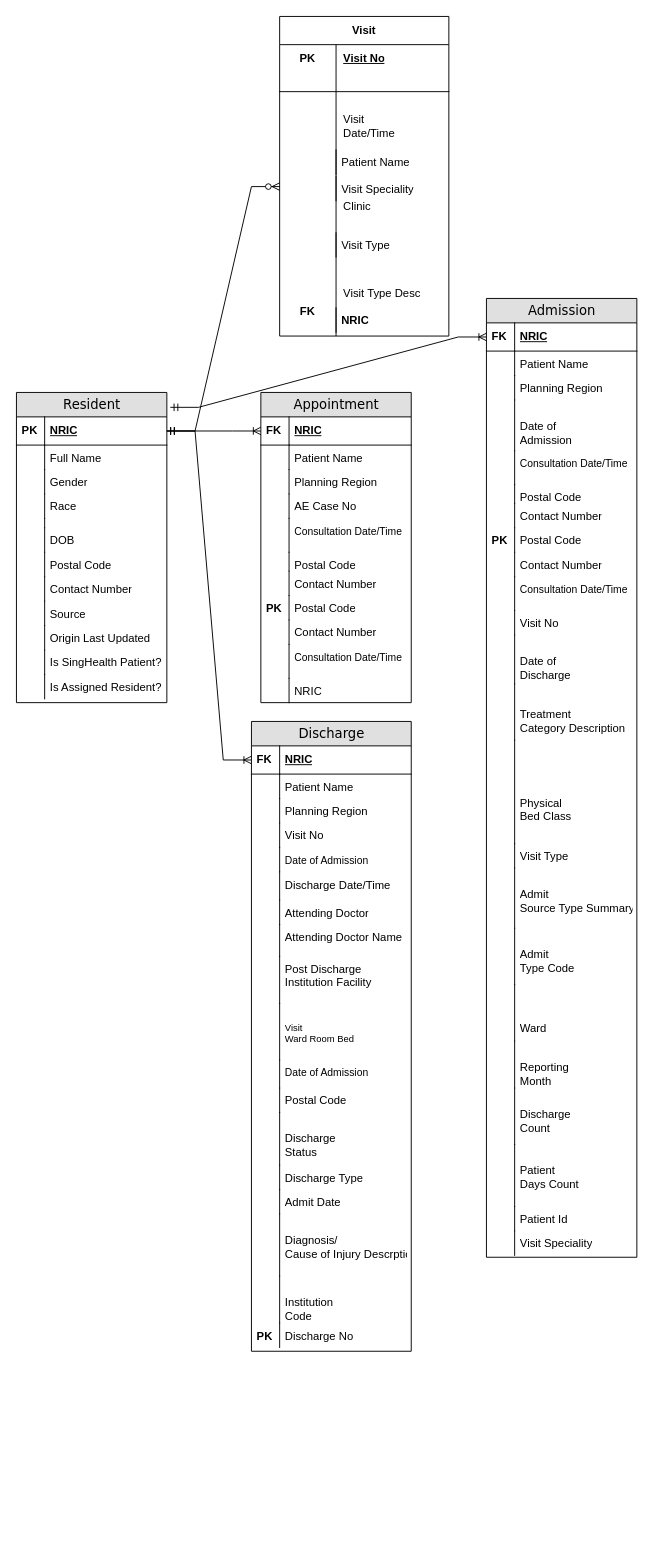
Before: Design/eHints Entity Relationship Test.drawio in pavanmanideep/Tools, a draw.io diagram. Source tidied: cells renumbered, new cells numbered last; positions are measured from the earlier drawing's top-left corner, leaving out a move shared by most shapes. Both pictures are drawn from the tidied source at 94%, with x=0, y=0 at pixel (16, 16).
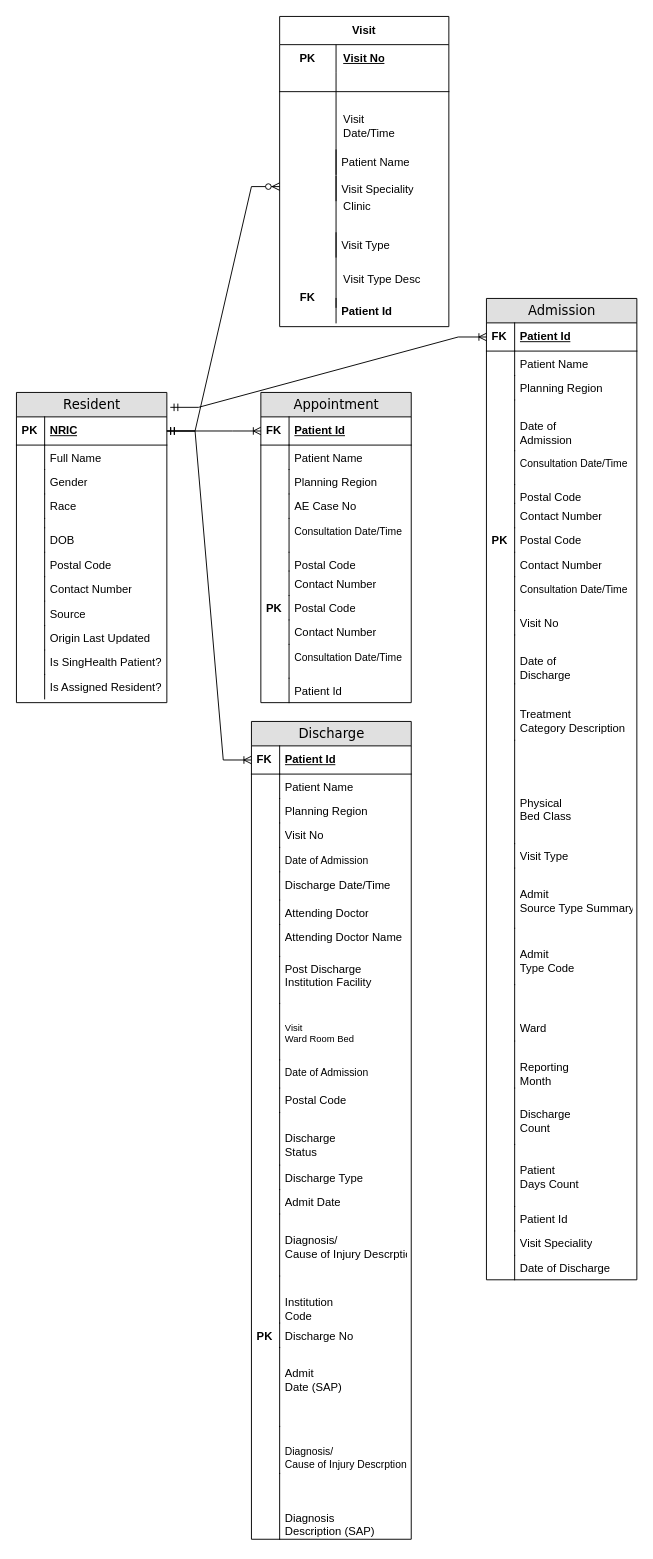
The same page after the edit.

The change refers to these unchanged cells:
```xml
<mxCell id="27" value="Appointment" style="swimlane;html=1;fontStyle=0;horizontal=1;startSize=26;fillColor=#e0e0e0;swimlaneFillColor=#ffffff;align=center;rounded=0;shadow=0;comic=0;labelBackgroundColor=none;strokeWidth=1;fontFamily=Verdana;fontSize=14;" parent="1" vertex="1">
  <mxGeometry x="260" y="400" width="160" height="330" as="geometry" />
</mxCell>
```

The edit, as a diff of the source:
```diff
@@
-    <mxCell id="28" value="NRIC" style="shape=partialRectangle;top=0;left=0;right=0;bottom=1;html=1;align=left;verticalAlign=middle;fillColor=none;spacingLeft=34;spacingRight=4;whiteSpace=wrap;overflow=hidden;points=[[0,0.5],[1,0.5]];portConstraint=eastwest;fontStyle=5;" parent="27" vertex="1">
+    <mxCell id="28" value="Patient Id" style="shape=partialRectangle;top=0;left=0;right=0;bottom=1;html=1;align=left;verticalAlign=middle;fillColor=none;spacingLeft=34;spacingRight=4;whiteSpace=wrap;overflow=hidden;points=[[0,0.5],[1,0.5]];portConstraint=eastwest;fontStyle=5;" parent="27" vertex="1">
       <mxGeometry y="26" width="160" height="30" as="geometry" />
     </mxCell>
@@
-    <mxCell id="48" value="NRIC" style="shape=partialRectangle;top=0;left=0;right=0;bottom=0;html=1;align=left;verticalAlign=top;fillColor=none;spacingLeft=34;spacingRight=4;whiteSpace=wrap;overflow=hidden;" parent="27" vertex="1">
+    <mxCell id="48" value="Patient Id" style="shape=partialRectangle;top=0;left=0;right=0;bottom=0;html=1;align=left;verticalAlign=top;fillColor=none;spacingLeft=34;spacingRight=4;whiteSpace=wrap;overflow=hidden;" parent="27" vertex="1">
       <mxGeometry y="304" width="160" height="26" as="geometry" />
     </mxCell>
@@
     <mxCell id="50" value="Discharge" style="swimlane;html=1;fontStyle=0;horizontal=1;startSize=26;fillColor=#e0e0e0;swimlaneFillColor=#ffffff;align=center;rounded=0;shadow=0;comic=0;labelBackgroundColor=none;strokeWidth=1;fontFamily=Verdana;fontSize=14;" parent="1" vertex="1">
-      <mxGeometry x="250" y="750" width="170" height="670" as="geometry" />
+      <mxGeometry x="250" y="750" width="170" height="870" as="geometry" />
     </mxCell>
-    <mxCell id="51" value="NRIC" style="shape=partialRectangle;top=0;left=0;right=0;bottom=1;html=1;align=left;verticalAlign=middle;fillColor=none;spacingLeft=34;spacingRight=4;whiteSpace=wrap;overflow=hidden;points=[[0,0.5],[1,0.5]];portConstraint=eastwest;fontStyle=5;" parent="50" vertex="1">
+    <mxCell id="51" value="Patient Id" style="shape=partialRectangle;top=0;left=0;right=0;bottom=1;html=1;align=left;verticalAlign=middle;fillColor=none;spacingLeft=34;spacingRight=4;whiteSpace=wrap;overflow=hidden;points=[[0,0.5],[1,0.5]];portConstraint=eastwest;fontStyle=5;" parent="50" vertex="1">
       <mxGeometry y="26" width="170" height="30" as="geometry" />
     </mxCell>
@@
+    <mxCell id="162" value="&lt;table style=&quot;border-collapse:&lt;br/&gt; collapse;width:179pt&quot; width=&quot;238&quot; cellspacing=&quot;0&quot; cellpadding=&quot;0&quot; border=&quot;0&quot;&gt;&lt;tbody&gt;&lt;tr style=&quot;height:14.5pt&quot; height=&quot;19&quot;&gt;&lt;br/&gt;  &lt;td style=&quot;height:14.5pt;width:179pt&quot; width=&quot;238&quot; class=&quot;xl65&quot; height=&quot;19&quot;&gt;Admit&lt;br/&gt;  Date (SAP)&lt;/td&gt;&lt;/tr&gt;&lt;/tbody&gt;&lt;/table&gt;" style="shape=partialRectangle;top=0;left=0;right=0;bottom=0;html=1;align=left;verticalAlign=top;fillColor=none;spacingLeft=34;spacingRight=4;whiteSpace=wrap;overflow=hidden;" parent="50" vertex="1">
+      <mxGeometry y="666" width="170" height="84" as="geometry" />
+    </mxCell>
+    <mxCell id="163" style="shape=partialRectangle;top=0;left=0;bottom=0;html=1;fillColor=none;align=left;verticalAlign=top;spacingLeft=4;spacingRight=4;whiteSpace=wrap;overflow=hidden;" parent="162" vertex="1">
+      <mxGeometry width="30" height="84" as="geometry" />
+    </mxCell>
+    <mxCell id="164" value="&lt;font style=&quot;font-size: 11px;&quot;&gt;&lt;br&gt;&lt;/font&gt;&lt;table style=&quot;width: 179pt; font-size: 11px;&quot; width=&quot;238&quot; cellspacing=&quot;0&quot; cellpadding=&quot;0&quot; border=&quot;0&quot;&gt;&lt;tbody&gt;&lt;tr style=&quot;height:14.5pt&quot; height=&quot;19&quot;&gt;  &lt;td style=&quot;height:14.5pt;width:179pt&quot; width=&quot;238&quot; class=&quot;xl65&quot; height=&quot;19&quot;&gt;&lt;font style=&quot;font-size: 11px;&quot;&gt;Diagnosis/&lt;br&gt;  Cause of Injury Descrption&lt;/font&gt;&lt;/td&gt;&lt;/tr&gt;&lt;/tbody&gt;&lt;/table&gt;&lt;table style=&quot;width: 179pt; font-size: 11px;&quot; width=&quot;238&quot; cellspacing=&quot;0&quot; cellpadding=&quot;0&quot; border=&quot;0&quot;&gt;&lt;tbody&gt;&lt;tr style=&quot;height:14.5pt&quot; height=&quot;19&quot;&gt;&lt;td style=&quot;height:14.5pt;width:179pt&quot; width=&quot;238&quot; class=&quot;xl65&quot; height=&quot;19&quot;&gt;&lt;/td&gt;&lt;/tr&gt;&lt;/tbody&gt;&lt;/table&gt;" style="shape=partialRectangle;top=0;left=0;right=0;bottom=0;html=1;align=left;verticalAlign=top;fillColor=none;spacingLeft=34;spacingRight=4;whiteSpace=wrap;overflow=hidden;" parent="50" vertex="1">
+      <mxGeometry y="750" width="170" height="50" as="geometry" />
+    </mxCell>
+    <mxCell id="165" style="shape=partialRectangle;top=0;left=0;bottom=0;html=1;fillColor=none;align=left;verticalAlign=top;spacingLeft=4;spacingRight=4;whiteSpace=wrap;overflow=hidden;" parent="164" vertex="1">
+      <mxGeometry width="30" height="50" as="geometry" />
+    </mxCell>
+    <mxCell id="166" value="&lt;table style=&quot;border-collapse:&lt;br/&gt; collapse;width:179pt&quot; width=&quot;238&quot; cellspacing=&quot;0&quot; cellpadding=&quot;0&quot; border=&quot;0&quot;&gt;&lt;tbody&gt;&lt;tr style=&quot;height:14.5pt&quot; height=&quot;19&quot;&gt;&lt;td style=&quot;height:14.5pt;width:179pt&quot; width=&quot;238&quot; class=&quot;xl65&quot; height=&quot;19&quot;&gt;&lt;/td&gt;&lt;/tr&gt;&lt;/tbody&gt;&lt;/table&gt;&lt;table style=&quot;border-collapse:&lt;br/&gt; collapse;width:179pt&quot; width=&quot;238&quot; cellspacing=&quot;0&quot; cellpadding=&quot;0&quot; border=&quot;0&quot;&gt;&lt;tbody&gt;&lt;tr style=&quot;height:14.5pt&quot; height=&quot;19&quot;&gt;&lt;br/&gt;  &lt;td style=&quot;height:14.5pt;width:179pt&quot; width=&quot;238&quot; class=&quot;xl65&quot; height=&quot;19&quot;&gt;Diagnosis&lt;br/&gt;  Description (SAP)&lt;/td&gt;&lt;/tr&gt;&lt;/tbody&gt;&lt;/table&gt;" style="shape=partialRectangle;top=0;left=0;right=0;bottom=0;html=1;align=left;verticalAlign=top;fillColor=none;spacingLeft=34;spacingRight=4;whiteSpace=wrap;overflow=hidden;" parent="50" vertex="1">
+      <mxGeometry y="800" width="170" height="70" as="geometry" />
+    </mxCell>
+    <mxCell id="167" style="shape=partialRectangle;top=0;left=0;bottom=0;html=1;fillColor=none;align=left;verticalAlign=top;spacingLeft=4;spacingRight=4;whiteSpace=wrap;overflow=hidden;" parent="166" vertex="1">
+      <mxGeometry width="30" height="70" as="geometry" />
+    </mxCell>
@@
     <mxCell id="90" value="Visit" style="shape=table;startSize=30;childLayout=tableLayout;rowLines=0;fontStyle=1;align=center;html=1;whiteSpace=wrap;" parent="1" vertex="1">
-      <mxGeometry x="280" width="180" height="340" as="geometry" />
+      <mxGeometry x="280" width="180" height="330" as="geometry" />
     </mxCell>
@@
     <mxCell id="103" style="shape=tableRow;horizontal=0;startSize=0;swimlaneHead=0;swimlaneBody=0;fillColor=none;top=0;left=0;right=0;bottom=0;html=1;" parent="90" vertex="1">
-      <mxGeometry y="230" width="180" height="110" as="geometry" />
+      <mxGeometry y="230" width="180" height="80" as="geometry" />
     </mxCell>
     <mxCell id="104" value="&lt;b&gt;&lt;br&gt;&lt;br&gt;&lt;br&gt;&lt;br&gt;FK&lt;/b&gt;" style="shape=partialRectangle;fillColor=none;top=0;left=0;bottom=0;right=0;overflow=hidden;html=1;whiteSpace=wrap;" parent="103" vertex="1">
-      <mxGeometry width="60" height="110" as="geometry" />
+      <mxGeometry width="60" height="80" as="geometry" />
     </mxCell>
     <mxCell id="105" value="&lt;table style=&quot;border-collapse:&lt;br/&gt; collapse;width:179pt&quot; width=&quot;238&quot; cellspacing=&quot;0&quot; cellpadding=&quot;0&quot; border=&quot;0&quot;&gt;&lt;tbody&gt;&lt;tr style=&quot;height:14.5pt&quot; height=&quot;19&quot;&gt;&lt;td style=&quot;height:14.5pt;width:179pt&quot; width=&quot;238&quot; class=&quot;xl65&quot; height=&quot;19&quot;&gt;&lt;/td&gt;&lt;/tr&gt;&lt;/tbody&gt;&lt;/table&gt;Visit Type Desc" style="shape=partialRectangle;fillColor=none;top=0;left=0;bottom=0;right=0;align=left;spacingLeft=6;overflow=hidden;html=1;whiteSpace=wrap;" parent="103" vertex="1">
-      <mxGeometry x="60" width="120" height="110" as="geometry" />
+      <mxGeometry x="60" width="120" height="80" as="geometry" />
     </mxCell>
@@
     <mxCell id="112" value="Admission" style="swimlane;html=1;fontStyle=0;horizontal=1;startSize=26;fillColor=#e0e0e0;swimlaneFillColor=#ffffff;align=center;rounded=0;shadow=0;comic=0;labelBackgroundColor=none;strokeWidth=1;fontFamily=Verdana;fontSize=14;" parent="1" vertex="1">
-      <mxGeometry x="500" y="300" width="160" height="1020" as="geometry" />
+      <mxGeometry x="500" y="300" width="160" height="1044" as="geometry" />
     </mxCell>
-    <mxCell id="113" value="NRIC" style="shape=partialRectangle;top=0;left=0;right=0;bottom=1;html=1;align=left;verticalAlign=middle;fillColor=none;spacingLeft=34;spacingRight=4;whiteSpace=wrap;overflow=hidden;points=[[0,0.5],[1,0.5]];portConstraint=eastwest;fontStyle=5;" parent="112" vertex="1">
+    <mxCell id="113" value="Patient Id" style="shape=partialRectangle;top=0;left=0;right=0;bottom=1;html=1;align=left;verticalAlign=middle;fillColor=none;spacingLeft=34;spacingRight=4;whiteSpace=wrap;overflow=hidden;points=[[0,0.5],[1,0.5]];portConstraint=eastwest;fontStyle=5;" parent="112" vertex="1">
       <mxGeometry y="26" width="160" height="30" as="geometry" />
     </mxCell>
@@
+    <mxCell id="168" value="Date of Discharge&lt;br&gt;" style="shape=partialRectangle;top=0;left=0;right=0;bottom=0;html=1;align=left;verticalAlign=top;fillColor=none;spacingLeft=34;spacingRight=4;whiteSpace=wrap;overflow=hidden;" parent="112" vertex="1">
+      <mxGeometry y="1018" width="160" height="26" as="geometry" />
+    </mxCell>
+    <mxCell id="169" style="shape=partialRectangle;top=0;left=0;bottom=0;html=1;fillColor=none;align=left;verticalAlign=top;spacingLeft=4;spacingRight=4;whiteSpace=wrap;overflow=hidden;" parent="168" vertex="1">
+      <mxGeometry width="30" height="26" as="geometry" />
+    </mxCell>
@@
-    <mxCell id="160" value="&lt;b&gt;NRIC&lt;/b&gt;" style="shape=partialRectangle;top=0;left=0;right=0;bottom=0;html=1;align=left;verticalAlign=top;fillColor=none;spacingLeft=34;spacingRight=4;whiteSpace=wrap;overflow=hidden;" parent="1" vertex="1">
-      <mxGeometry x="310" y="310" width="160" height="26" as="geometry" />
+    <mxCell id="160" value="&lt;b&gt;Patient Id&lt;/b&gt;" style="shape=partialRectangle;top=0;left=0;right=0;bottom=0;html=1;align=left;verticalAlign=top;fillColor=none;spacingLeft=34;spacingRight=4;whiteSpace=wrap;overflow=hidden;" parent="1" vertex="1">
+      <mxGeometry x="310" y="300" width="160" height="26" as="geometry" />
     </mxCell>
```
